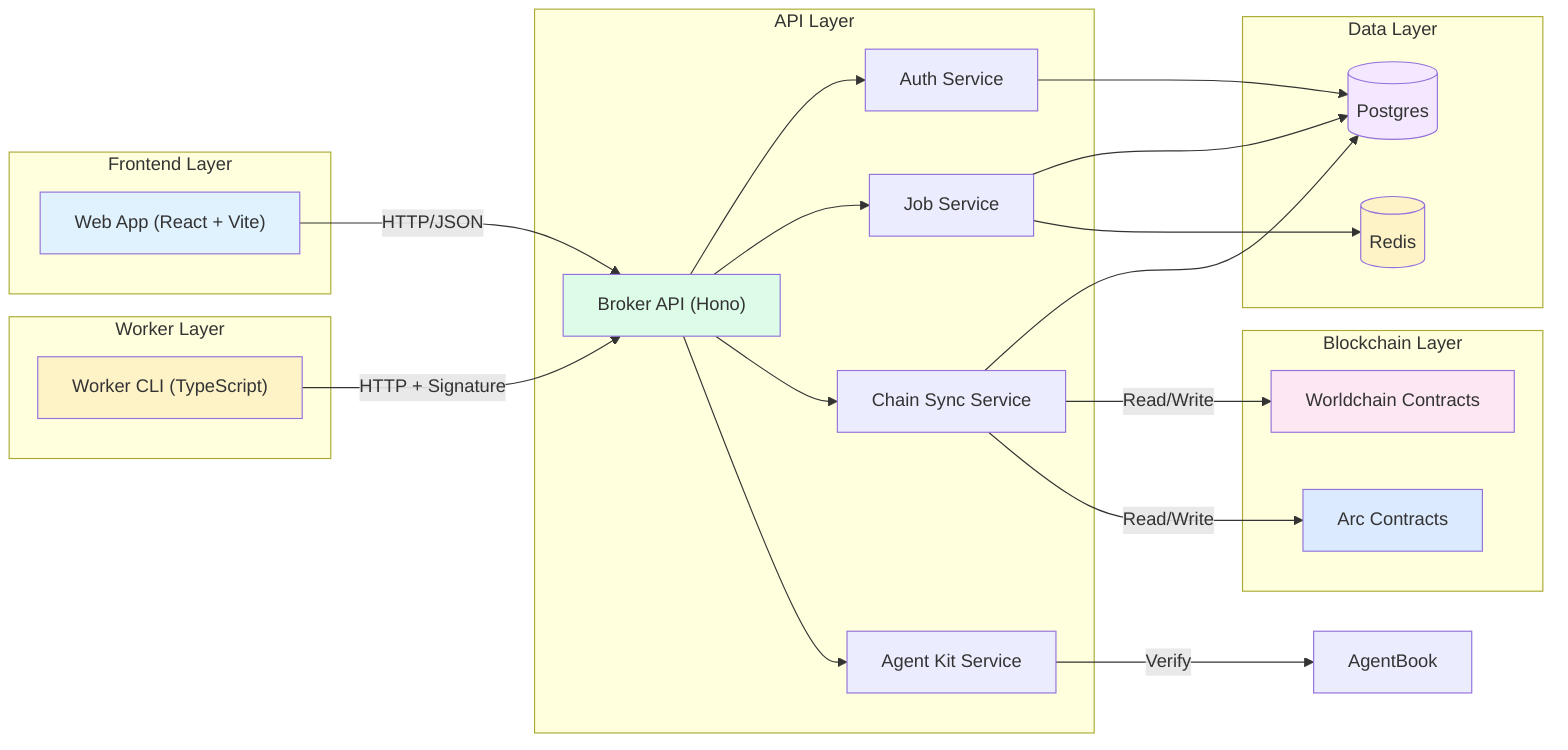
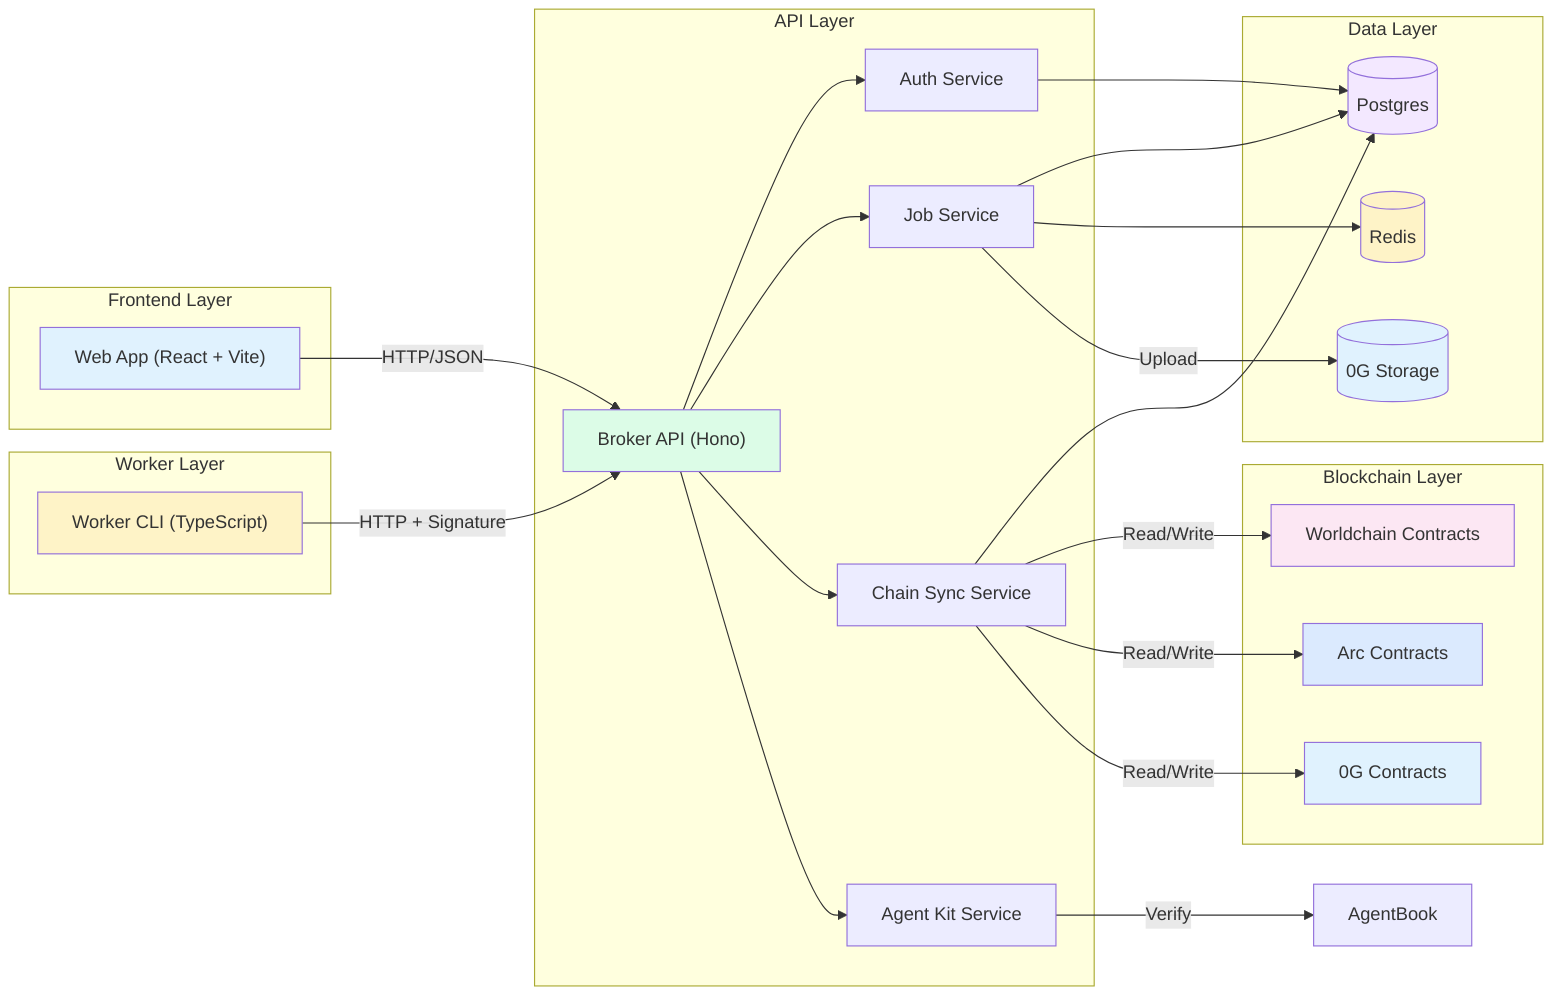
flowchart LR
    subgraph Frontend["Frontend Layer"]
        WebApp["Web App (React + Vite)"]
    end

    subgraph APILayer["API Layer"]
        BrokerAPI["Broker API (Hono)"]
        AuthSvc["Auth Service"]
        JobSvc["Job Service"]
        ChainSvc["Chain Sync Service"]
        AgentKitSvc["Agent Kit Service"]
    end

    subgraph DataLayer["Data Layer"]
        PG[(Postgres)]
        RD[(Redis)]
+         ZG[(0G Storage)]
    end

    subgraph WorkerLayer["Worker Layer"]
        CLI["Worker CLI (TypeScript)"]
    end

    subgraph ChainLayer["Blockchain Layer"]
        WC[Worldchain Contracts]
        AC[Arc Contracts]
+         ZC[0G Contracts]
    end

    WebApp -->|HTTP/JSON| BrokerAPI

    BrokerAPI --> AuthSvc
    BrokerAPI --> JobSvc
    BrokerAPI --> ChainSvc
    BrokerAPI --> AgentKitSvc

    AuthSvc --> PG
    JobSvc --> PG
    JobSvc --> RD
    ChainSvc --> PG

    CLI -->|HTTP + Signature| BrokerAPI

    ChainSvc -->|Read/Write| WC
    ChainSvc -->|Read/Write| AC
+     ChainSvc -->|Read/Write| ZC
+ 
+     JobSvc -->|Upload| ZG

    AgentKitSvc -->|Verify| AgentBook

    style WebApp fill:#e0f2fe
    style BrokerAPI fill:#dcfce7
    style CLI fill:#fef3c7
    style PG fill:#f3e8ff
    style RD fill:#fef3c7
+     style ZG fill:#e0f2fe
    style WC fill:#fce7f3
    style AC fill:#dbeafe
+     style ZC fill:#e0f2fe
